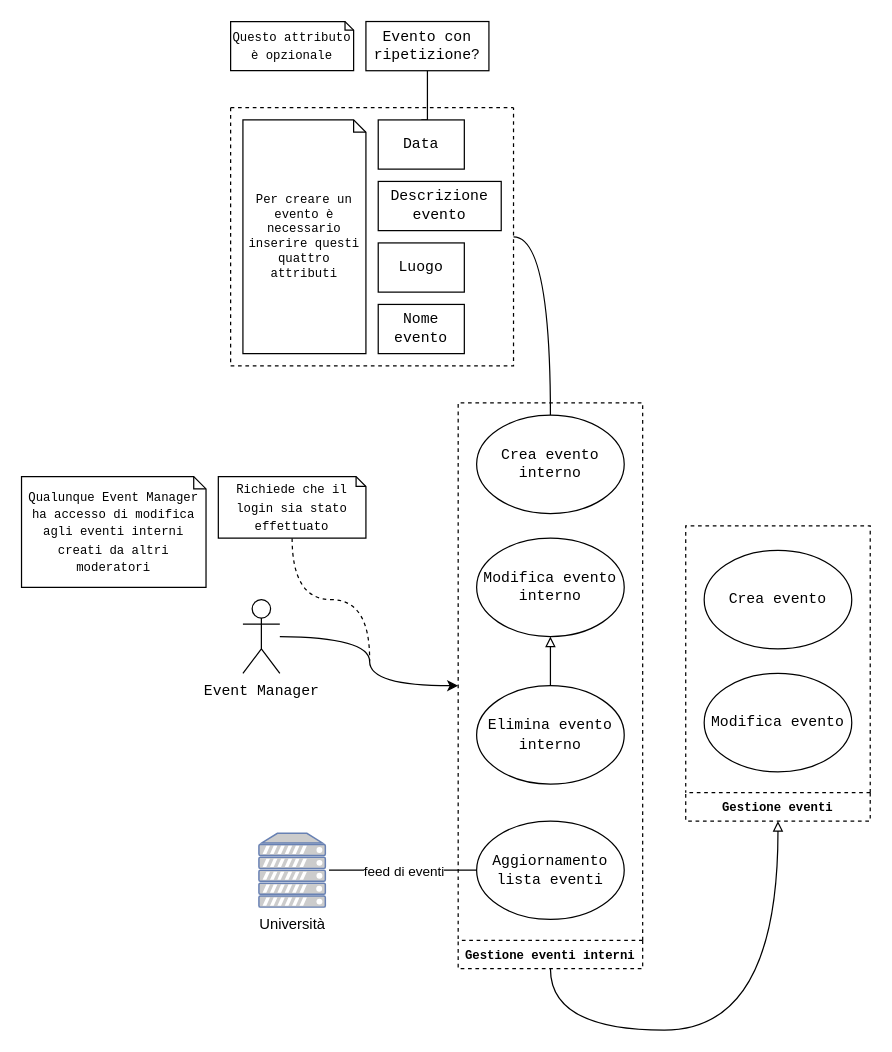
Before: uml/RF2.gestione_eventi.event_manager-uni.drawio in tomasel/IS_Univents, a draw.io diagram. Source tidied: cells renumbered, new cells numbered last; positions are measured from the earlier drawing's top-left corner, leaving out a move shared by most shapes. Both pictures are drawn from the tidied source at 123%, with x=0, y=0 at pixel (21, 21).
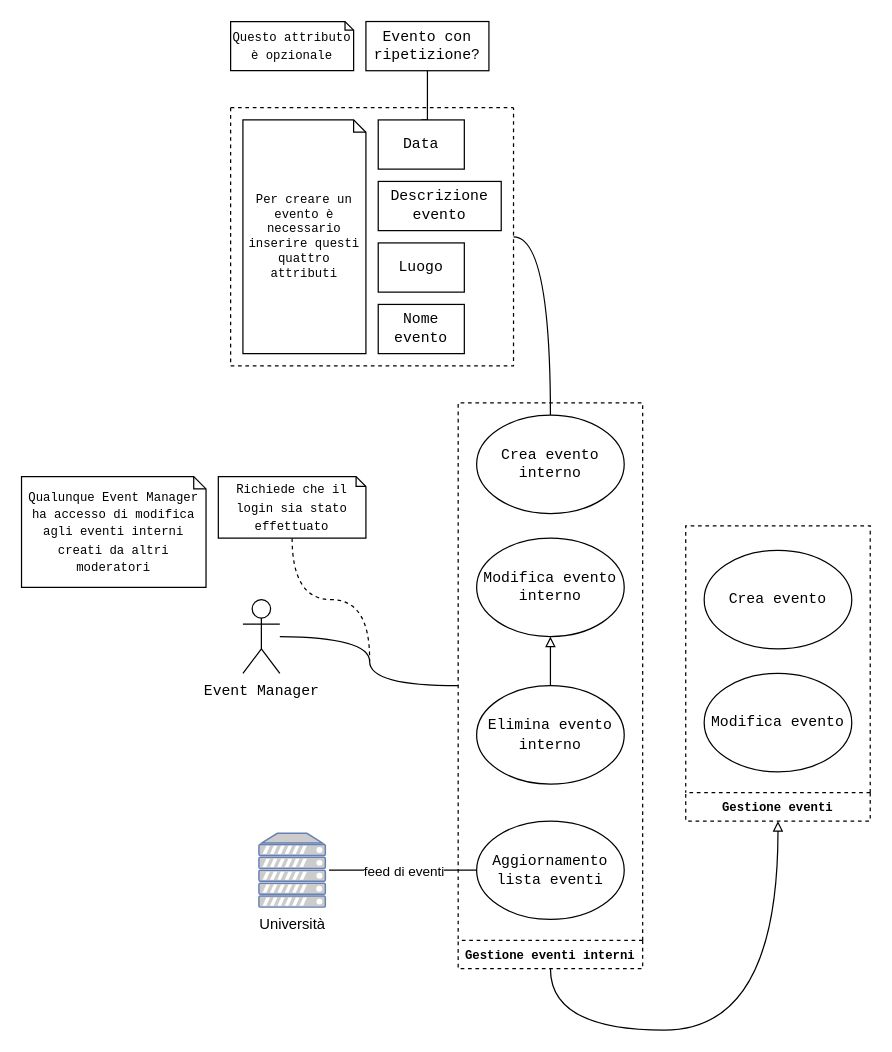
Above is the later version.

Unchanged cells that the change refers to:
```xml
<mxCell id="18" value="Gestione eventi interni" style="swimlane;fontFamily=Courier New;fontSize=10;direction=west;dashed=1;" parent="1" vertex="1">
  <mxGeometry x="355" y="310" width="150" height="460" as="geometry" />
</mxCell>
```

Diff of the diagram source:
```diff
@@
-    <mxCell id="2" style="edgeStyle=orthogonalEdgeStyle;jettySize=auto;html=1;curved=1;" parent="1" edge="1" target="18">
+    <mxCell id="2" style="edgeStyle=orthogonalEdgeStyle;jettySize=auto;html=1;curved=1;endArrow=none;endFill=0;" parent="1" edge="1" target="18">
       <mxGeometry relative="1" as="geometry">
         <mxPoint x="210" y="500" as="sourcePoint" />
       </mxGeometry>
     </mxCell>
```
